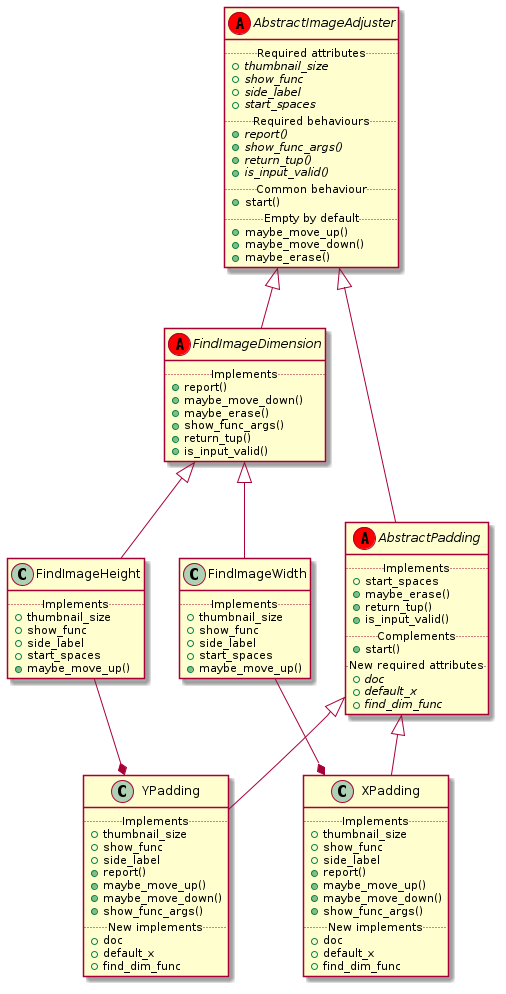
The PlantUML diagram puml/classes/render/image_adjuster.png in akazukin5151/koneko, before a commit.
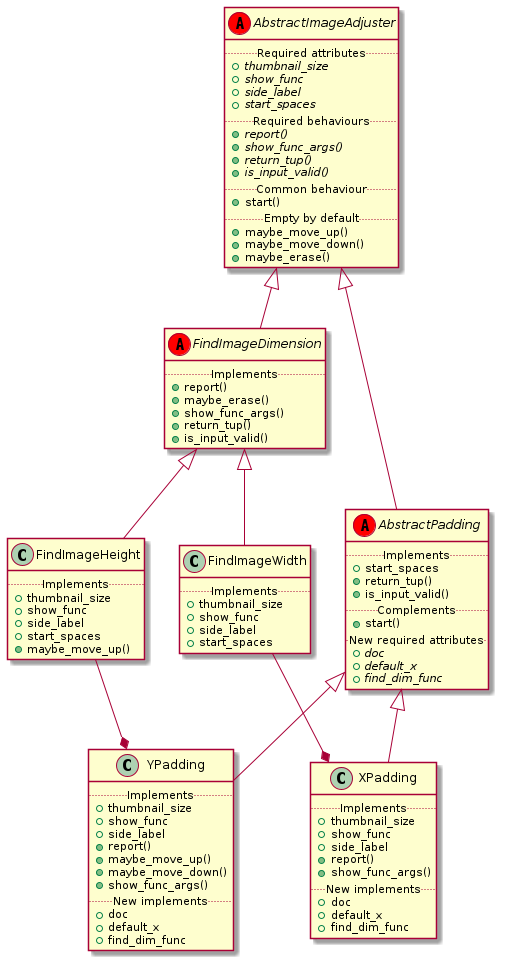
After the commit.

Commit message:
Update image_adjuster.puml to show only overriden maybe methods

Change to the diagram source:
```diff
@@ -22,7 +22,6 @@
 abstract class AbstractPadding <<(A, red)>>{
     ..Implements..
     + start_spaces
-    +maybe_erase()
     +return_tup()
     +is_input_valid()
     ..Complements..
@@ -39,8 +38,6 @@
     + show_func
     + side_label
     +report()
-    +maybe_move_up()
-    +maybe_move_down()
     +show_func_args()
     ..New implements..
     + doc
@@ -70,7 +67,6 @@
 abstract class FindImageDimension <<(A, red)>>{
     ..Implements..
     +report()
-    +maybe_move_down()
     +maybe_erase()
     +show_func_args()
     +return_tup()
@@ -83,7 +79,6 @@
     + show_func
     + side_label
     + start_spaces
-    +maybe_move_up()
 }
 
 class FindImageHeight {
```
